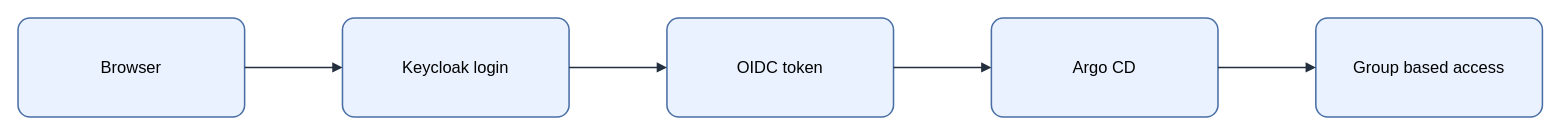
Above: assets/img/security/keycloak-argocd-sso-flow.drawio in KKamJi98/kkamji98.github.io (draw.io), before the change. Source tidied: cells renumbered, new cells numbered last; positions are measured from the earlier drawing's top-left corner, leaving out a move shared by most shapes. Both pictures are drawn from the tidied source at 103%, with x=0, y=0 at pixel (18, 18).
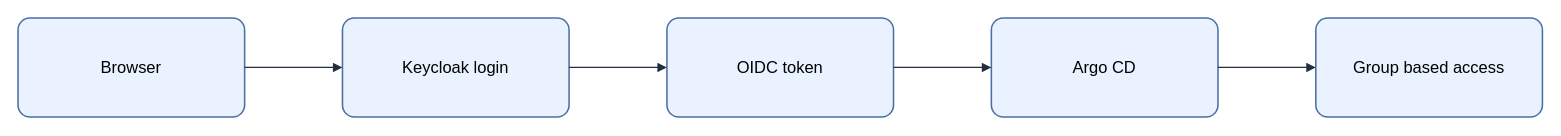
Above is the later version.

Diff of the diagram source:
```diff
@@
 <mxGraphModel background="#FFFFFF">
   <root>
     <mxCell id="0" />
     <mxCell id="1" parent="0" />
-    <mxCell id="2" value="&lt;font style=&quot;color: rgb(0, 0, 0);&quot;&gt;Browser&lt;/font&gt;" style="rounded=1;arcSize=12;whiteSpace=wrap;html=1;fillColor=#EAF2FF;strokeColor=#4A6FA5;strokeWidth=1.5;fontColor=#000000;fontSize=16;align=center;verticalAlign=middle;spacing=8;shadow=0;" parent="1" vertex="1">
+    <mxCell id="2" value="Browser" style="rounded=1;arcSize=12;whiteSpace=wrap;html=0;fillColor=#EAF2FF;strokeColor=#4A6FA5;strokeWidth=1.5;fontColor=#000000;fontSize=16;align=center;verticalAlign=middle;spacing=8;shadow=0;" parent="1" vertex="1">
       <mxGeometry width="220" height="96" as="geometry" />
     </mxCell>
-    <mxCell id="3" value="&lt;font style=&quot;color: rgb(0, 0, 0);&quot;&gt;Keycloak login&lt;/font&gt;" style="rounded=1;arcSize=12;whiteSpace=wrap;html=1;fillColor=#EAF2FF;strokeColor=#4A6FA5;strokeWidth=1.5;fontColor=#000000;fontSize=16;align=center;verticalAlign=middle;spacing=8;shadow=0;" parent="1" vertex="1">
+    <mxCell id="3" value="Keycloak login" style="rounded=1;arcSize=12;whiteSpace=wrap;html=0;fillColor=#EAF2FF;strokeColor=#4A6FA5;strokeWidth=1.5;fontColor=#000000;fontSize=16;align=center;verticalAlign=middle;spacing=8;shadow=0;" parent="1" vertex="1">
       <mxGeometry x="315" width="220" height="96" as="geometry" />
     </mxCell>
-    <mxCell id="4" value="&lt;font style=&quot;color: rgb(0, 0, 0);&quot;&gt;OIDC token&lt;/font&gt;" style="rounded=1;arcSize=12;whiteSpace=wrap;html=1;fillColor=#EAF2FF;strokeColor=#4A6FA5;strokeWidth=1.5;fontColor=#000000;fontSize=16;align=center;verticalAlign=middle;spacing=8;shadow=0;" parent="1" vertex="1">
+    <mxCell id="4" value="OIDC token" style="rounded=1;arcSize=12;whiteSpace=wrap;html=0;fillColor=#EAF2FF;strokeColor=#4A6FA5;strokeWidth=1.5;fontColor=#000000;fontSize=16;align=center;verticalAlign=middle;spacing=8;shadow=0;" parent="1" vertex="1">
       <mxGeometry x="630" width="220" height="96" as="geometry" />
     </mxCell>
-    <mxCell id="5" value="&lt;font style=&quot;color: rgb(0, 0, 0);&quot;&gt;Argo CD&lt;/font&gt;" style="rounded=1;arcSize=12;whiteSpace=wrap;html=1;fillColor=#EAF2FF;strokeColor=#4A6FA5;strokeWidth=1.5;fontColor=#000000;fontSize=16;align=center;verticalAlign=middle;spacing=8;shadow=0;" parent="1" vertex="1">
+    <mxCell id="5" value="Argo CD" style="rounded=1;arcSize=12;whiteSpace=wrap;html=0;fillColor=#EAF2FF;strokeColor=#4A6FA5;strokeWidth=1.5;fontColor=#000000;fontSize=16;align=center;verticalAlign=middle;spacing=8;shadow=0;" parent="1" vertex="1">
       <mxGeometry x="945" width="220" height="96" as="geometry" />
     </mxCell>
-    <mxCell id="6" value="&lt;font style=&quot;color: rgb(0, 0, 0);&quot;&gt;Group based access&lt;/font&gt;" style="rounded=1;arcSize=12;whiteSpace=wrap;html=1;fillColor=#EAF2FF;strokeColor=#4A6FA5;strokeWidth=1.5;fontColor=#000000;fontSize=16;align=center;verticalAlign=middle;spacing=8;shadow=0;" parent="1" vertex="1">
+    <mxCell id="6" value="Group based access" style="rounded=1;arcSize=12;whiteSpace=wrap;html=0;fillColor=#EAF2FF;strokeColor=#4A6FA5;strokeWidth=1.5;fontColor=#000000;fontSize=16;align=center;verticalAlign=middle;spacing=8;shadow=0;" parent="1" vertex="1">
       <mxGeometry x="1260" width="220" height="96" as="geometry" />
     </mxCell>
-    <mxCell id="7" style="edgeStyle=orthogonalEdgeStyle;rounded=0;jettySize=auto;html=1;endArrow=block;endFill=1;strokeColor=#232F3E;strokeWidth=1.5;fontColor=#000000;labelBackgroundColor=none;exitX=1;exitY=0.5;exitDx=0;exitDy=0;entryX=0;entryY=0.5;entryDx=0;entryDy=0;" parent="1" edge="1" source="2" target="3">
+    <mxCell id="7" style="edgeStyle=orthogonalEdgeStyle;rounded=0;jettySize=auto;html=0;endArrow=block;endFill=1;strokeColor=#232F3E;strokeWidth=1.25;fontColor=#000000;labelBackgroundColor=none;exitX=1;exitY=0.5;exitDx=0;exitDy=0;entryX=0;entryY=0.5;entryDx=0;entryDy=0;" parent="1" edge="1" source="2" target="3">
       <mxGeometry relative="1" as="geometry" />
     </mxCell>
-    <mxCell id="8" style="edgeStyle=orthogonalEdgeStyle;rounded=0;jettySize=auto;html=1;endArrow=block;endFill=1;strokeColor=#232F3E;strokeWidth=1.5;fontColor=#000000;labelBackgroundColor=none;exitX=1;exitY=0.5;exitDx=0;exitDy=0;entryX=0;entryY=0.5;entryDx=0;entryDy=0;" parent="1" edge="1" source="3" target="4">
+    <mxCell id="8" style="edgeStyle=orthogonalEdgeStyle;rounded=0;jettySize=auto;html=0;endArrow=block;endFill=1;strokeColor=#232F3E;strokeWidth=1.25;fontColor=#000000;labelBackgroundColor=none;exitX=1;exitY=0.5;exitDx=0;exitDy=0;entryX=0;entryY=0.5;entryDx=0;entryDy=0;" parent="1" edge="1" source="3" target="4">
       <mxGeometry relative="1" as="geometry" />
     </mxCell>
-    <mxCell id="9" style="edgeStyle=orthogonalEdgeStyle;rounded=0;jettySize=auto;html=1;endArrow=block;endFill=1;strokeColor=#232F3E;strokeWidth=1.5;fontColor=#000000;labelBackgroundColor=none;exitX=1;exitY=0.5;exitDx=0;exitDy=0;entryX=0;entryY=0.5;entryDx=0;entryDy=0;" parent="1" edge="1" source="4" target="5">
+    <mxCell id="9" style="edgeStyle=orthogonalEdgeStyle;rounded=0;jettySize=auto;html=0;endArrow=block;endFill=1;strokeColor=#232F3E;strokeWidth=1.25;fontColor=#000000;labelBackgroundColor=none;exitX=1;exitY=0.5;exitDx=0;exitDy=0;entryX=0;entryY=0.5;entryDx=0;entryDy=0;" parent="1" edge="1" source="4" target="5">
       <mxGeometry relative="1" as="geometry" />
     </mxCell>
-    <mxCell id="10" style="edgeStyle=orthogonalEdgeStyle;rounded=0;jettySize=auto;html=1;endArrow=block;endFill=1;strokeColor=#232F3E;strokeWidth=1.5;fontColor=#000000;labelBackgroundColor=none;exitX=1;exitY=0.5;exitDx=0;exitDy=0;entryX=0;entryY=0.5;entryDx=0;entryDy=0;" parent="1" edge="1" source="5" target="6">
+    <mxCell id="10" style="edgeStyle=orthogonalEdgeStyle;rounded=0;jettySize=auto;html=0;endArrow=block;endFill=1;strokeColor=#232F3E;strokeWidth=1.25;fontColor=#000000;labelBackgroundColor=none;exitX=1;exitY=0.5;exitDx=0;exitDy=0;entryX=0;entryY=0.5;entryDx=0;entryDy=0;" parent="1" edge="1" source="5" target="6">
       <mxGeometry relative="1" as="geometry" />
     </mxCell>
   </root>
 </mxGraphModel>
```
